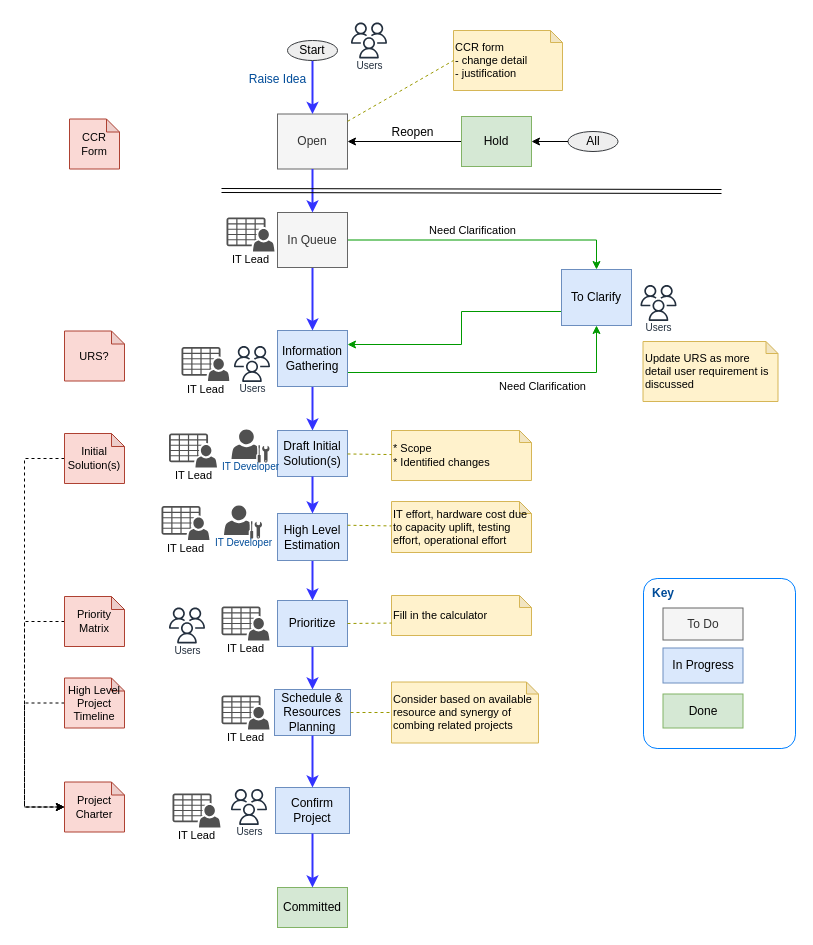
This is page "20190710" (1 of 3) of Change Request Workflow.drawio from whalebig27/change-request-process-diagram, a draw.io file, before an edit. Source tidied: cells renumbered, new cells numbered last; positions are measured from the earlier drawing's top-left corner, leaving out a move shared by most shapes. Both pictures are drawn from the tidied source at 100%, with x=0, y=0 at pixel (24, 18).
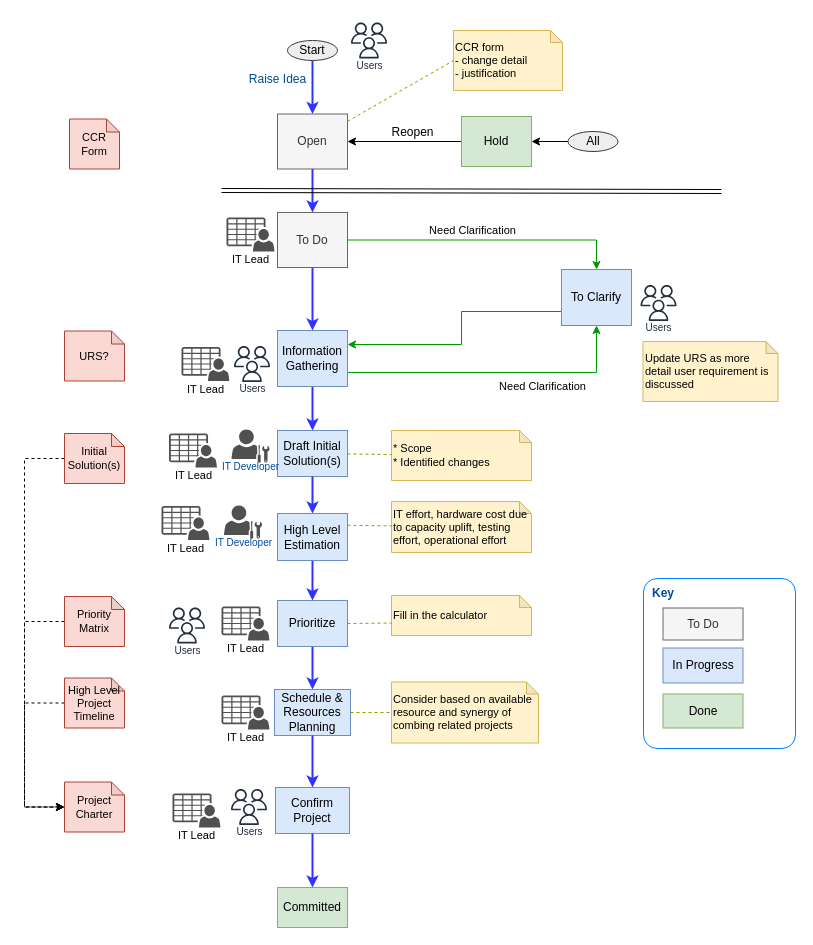
The same diagram, later.

Change to the diagram source:
```diff
@@
-    <mxCell id="43" value="In Queue" style="rounded=0;whiteSpace=wrap;html=1;strokeColor=#666666;fontSize=12;align=center;fontColor=#333333;fillColor=#f5f5f5;" parent="1" vertex="1">
+    <mxCell id="43" value="To Do" style="rounded=0;whiteSpace=wrap;html=1;strokeColor=#666666;fontSize=12;align=center;fontColor=#333333;fillColor=#f5f5f5;" parent="1" vertex="1">
       <mxGeometry x="253" y="194" width="70" height="55" as="geometry" />
     </mxCell>
```
